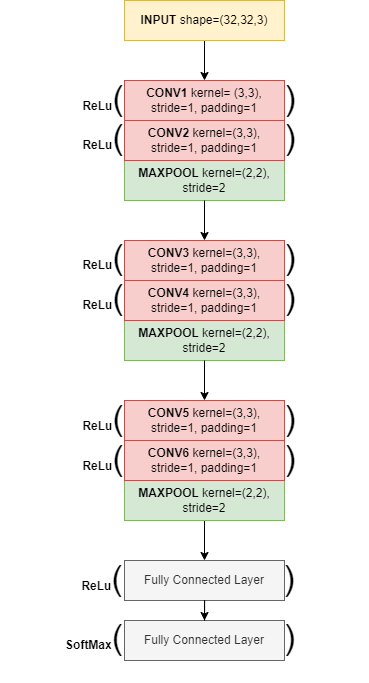
Earlier version of the draw.io export 02 Application of Deep Learning/Convolutional Neural Networks/figures/cnn_architecture.png (JhunBrian/DS-413). Source tidied: cells renumbered, new cells last; positions are measured from the earlier drawing's top-left corner, leaving out a move shared by most shapes. The source it was exported from:
```xml
<mxGraphModel>
  <root>
    <mxCell id="0" />
    <mxCell id="1" parent="0" />
    <mxCell id="2" value="&lt;font style=&quot;font-size: 12px;&quot;&gt;&lt;b&gt;ReLu&lt;/b&gt;&lt;/font&gt;&lt;font style=&quot;font-size: 34px;&quot;&gt;(&amp;nbsp; &amp;nbsp; &amp;nbsp; &amp;nbsp; &amp;nbsp; &amp;nbsp; &amp;nbsp; &amp;nbsp; &amp;nbsp;)&lt;/font&gt;" style="text;html=1;strokeColor=none;fillColor=none;align=center;verticalAlign=middle;whiteSpace=wrap;rounded=0;" parent="1" vertex="1">
      <mxGeometry x="9" y="92" width="360" height="90" as="geometry" />
    </mxCell>
    <mxCell id="3" value="&lt;font style=&quot;font-size: 12px;&quot;&gt;&lt;b&gt;ReLu&lt;/b&gt;&lt;/font&gt;&lt;font style=&quot;font-size: 34px;&quot;&gt;(&amp;nbsp; &amp;nbsp; &amp;nbsp; &amp;nbsp; &amp;nbsp; &amp;nbsp; &amp;nbsp; &amp;nbsp; &amp;nbsp;)&lt;/font&gt;" style="text;html=1;strokeColor=none;fillColor=none;align=center;verticalAlign=middle;whiteSpace=wrap;rounded=0;" parent="1" vertex="1">
      <mxGeometry x="9" y="212" width="360" height="90" as="geometry" />
    </mxCell>
    <mxCell id="4" value="&lt;font style=&quot;font-size: 12px;&quot;&gt;&lt;b&gt;ReLu&lt;/b&gt;&lt;/font&gt;&lt;font style=&quot;font-size: 34px;&quot;&gt;(&amp;nbsp; &amp;nbsp; &amp;nbsp; &amp;nbsp; &amp;nbsp; &amp;nbsp; &amp;nbsp; &amp;nbsp; &amp;nbsp;)&lt;/font&gt;" style="text;html=1;strokeColor=none;fillColor=none;align=center;verticalAlign=middle;whiteSpace=wrap;rounded=0;" parent="1" vertex="1">
      <mxGeometry x="9" y="252" width="360" height="90" as="geometry" />
    </mxCell>
    <mxCell id="5" value="&lt;font style=&quot;font-size: 12px;&quot;&gt;&lt;b&gt;ReLu&lt;/b&gt;&lt;/font&gt;&lt;font style=&quot;font-size: 34px;&quot;&gt;(&amp;nbsp; &amp;nbsp; &amp;nbsp; &amp;nbsp; &amp;nbsp; &amp;nbsp; &amp;nbsp; &amp;nbsp; &amp;nbsp;)&lt;/font&gt;" style="text;html=1;strokeColor=none;fillColor=none;align=center;verticalAlign=middle;whiteSpace=wrap;rounded=0;" parent="1" vertex="1">
      <mxGeometry x="9" y="373" width="360" height="90" as="geometry" />
    </mxCell>
    <mxCell id="6" value="&lt;font style=&quot;font-size: 12px;&quot;&gt;&lt;b&gt;SoftMax&lt;/b&gt;&lt;/font&gt;&lt;font style=&quot;font-size: 34px;&quot;&gt;(&amp;nbsp; &amp;nbsp; &amp;nbsp; &amp;nbsp; &amp;nbsp; &amp;nbsp; &amp;nbsp; &amp;nbsp; &amp;nbsp;)&lt;/font&gt;" style="text;html=1;strokeColor=none;fillColor=none;align=center;verticalAlign=middle;whiteSpace=wrap;rounded=0;" parent="1" vertex="1">
      <mxGeometry y="592" width="360" height="90" as="geometry" />
    </mxCell>
    <mxCell id="7" value="&lt;font style=&quot;font-size: 12px;&quot;&gt;&lt;b&gt;ReLu&lt;/b&gt;&lt;/font&gt;&lt;font style=&quot;font-size: 34px;&quot;&gt;(&amp;nbsp; &amp;nbsp; &amp;nbsp; &amp;nbsp; &amp;nbsp; &amp;nbsp; &amp;nbsp; &amp;nbsp; &amp;nbsp;)&lt;/font&gt;" style="text;html=1;strokeColor=none;fillColor=none;align=center;verticalAlign=middle;whiteSpace=wrap;rounded=0;" parent="1" vertex="1">
      <mxGeometry x="9" y="413" width="360" height="90" as="geometry" />
    </mxCell>
    <mxCell id="8" value="&lt;font style=&quot;font-size: 12px;&quot;&gt;&lt;b&gt;ReLu&lt;/b&gt;&lt;/font&gt;&lt;font style=&quot;font-size: 34px;&quot;&gt;(&amp;nbsp; &amp;nbsp; &amp;nbsp; &amp;nbsp; &amp;nbsp; &amp;nbsp; &amp;nbsp; &amp;nbsp; &amp;nbsp;)&lt;/font&gt;" style="text;html=1;strokeColor=none;fillColor=none;align=center;verticalAlign=middle;whiteSpace=wrap;rounded=0;" parent="1" vertex="1">
      <mxGeometry x="8" y="533" width="360" height="90" as="geometry" />
    </mxCell>
    <mxCell id="9" value="&lt;b&gt;MAXPOOL &lt;/b&gt;kernel=(2,2), stride=2" style="rounded=0;whiteSpace=wrap;html=1;flipH=1;rotation=0;fillColor=#d5e8d4;strokeColor=#82b366;" parent="1" vertex="1">
      <mxGeometry x="124" y="160" width="160" height="40" as="geometry" />
    </mxCell>
    <mxCell id="10" value="&lt;b&gt;CONV2 &lt;/b&gt;kernel=(3,3), stride=1, padding=1" style="rounded=0;whiteSpace=wrap;html=1;flipH=1;rotation=0;fillColor=#f8cecc;strokeColor=#b85450;" parent="1" vertex="1">
      <mxGeometry x="124" y="120" width="160" height="40" as="geometry" />
    </mxCell>
    <mxCell id="11" value="&lt;b&gt;CONV1&amp;nbsp;&lt;/b&gt;kernel= (3,3), stride=1, padding=1" style="rounded=0;whiteSpace=wrap;html=1;flipH=1;rotation=0;fillColor=#f8cecc;strokeColor=#b85450;" parent="1" vertex="1">
      <mxGeometry x="124" y="80" width="160" height="40" as="geometry" />
    </mxCell>
    <mxCell id="12" value="&lt;b&gt;MAXPOOL &lt;/b&gt;kernel=(2,2), stride=2" style="rounded=0;whiteSpace=wrap;html=1;flipH=1;rotation=0;fillColor=#d5e8d4;strokeColor=#82b366;" parent="1" vertex="1">
      <mxGeometry x="124" y="320" width="160" height="40" as="geometry" />
    </mxCell>
    <mxCell id="13" value="&lt;b&gt;CONV4&lt;/b&gt; kernel=(3,3), stride=1, padding=1" style="rounded=0;whiteSpace=wrap;html=1;flipH=1;rotation=0;fillColor=#f8cecc;strokeColor=#b85450;" parent="1" vertex="1">
      <mxGeometry x="124" y="280" width="160" height="40" as="geometry" />
    </mxCell>
    <mxCell id="14" value="&lt;b&gt;CONV3&amp;nbsp;&lt;/b&gt;kernel=(3,3), stride=1, padding=1" style="rounded=0;whiteSpace=wrap;html=1;flipH=1;rotation=0;fillColor=#f8cecc;strokeColor=#b85450;" parent="1" vertex="1">
      <mxGeometry x="124" y="240" width="160" height="40" as="geometry" />
    </mxCell>
    <mxCell id="15" style="edgeStyle=orthogonalEdgeStyle;rounded=0;jettySize=auto;html=1;entryX=0.5;entryY=0;entryDx=0;entryDy=0;" parent="1" edge="1" source="9" target="14">
      <mxGeometry relative="1" as="geometry" />
    </mxCell>
    <mxCell id="16" style="edgeStyle=orthogonalEdgeStyle;rounded=0;jettySize=auto;html=1;entryX=0.5;entryY=0;entryDx=0;entryDy=0;" parent="1" edge="1" source="12" target="26">
      <mxGeometry relative="1" as="geometry" />
    </mxCell>
    <mxCell id="17" value="Fully Connected Layer" style="rounded=0;whiteSpace=wrap;html=1;flipH=1;rotation=0;fillColor=#f5f5f5;strokeColor=#666666;fontColor=#333333;" parent="1" vertex="1">
      <mxGeometry x="124" y="560" width="160" height="40" as="geometry" />
    </mxCell>
    <mxCell id="18" value="Fully Connected Layer" style="rounded=0;whiteSpace=wrap;html=1;flipH=1;rotation=0;fillColor=#f5f5f5;strokeColor=#666666;fontColor=#333333;" parent="1" vertex="1">
      <mxGeometry x="124" y="620" width="160" height="40" as="geometry" />
    </mxCell>
    <mxCell id="19" style="edgeStyle=orthogonalEdgeStyle;rounded=0;jettySize=auto;html=1;entryX=0.5;entryY=0;entryDx=0;entryDy=0;" parent="1" edge="1" source="17" target="18">
      <mxGeometry relative="1" as="geometry" />
    </mxCell>
    <mxCell id="20" style="edgeStyle=orthogonalEdgeStyle;rounded=0;jettySize=auto;html=1;entryX=0.5;entryY=0;entryDx=0;entryDy=0;" parent="1" edge="1" source="21" target="11">
      <mxGeometry relative="1" as="geometry" />
    </mxCell>
    <mxCell id="21" value="&lt;b&gt;INPUT &lt;/b&gt;shape=(32,32,3)" style="rounded=0;whiteSpace=wrap;html=1;flipH=1;rotation=0;fillColor=#fff2cc;strokeColor=#d6b656;" parent="1" vertex="1">
      <mxGeometry x="124" width="160" height="40" as="geometry" />
    </mxCell>
    <mxCell id="22" style="edgeStyle=orthogonalEdgeStyle;rounded=0;jettySize=auto;html=1;entryX=0.5;entryY=0;entryDx=0;entryDy=0;" parent="1" edge="1" source="23" target="17">
      <mxGeometry relative="1" as="geometry" />
    </mxCell>
    <mxCell id="23" value="&lt;b&gt;MAXPOOL &lt;/b&gt;kernel=(2,2), stride=2" style="rounded=0;whiteSpace=wrap;html=1;flipH=1;rotation=0;fillColor=#d5e8d4;strokeColor=#82b366;" parent="1" vertex="1">
      <mxGeometry x="124" y="480" width="160" height="40" as="geometry" />
    </mxCell>
    <mxCell id="24" value="&lt;font style=&quot;font-size: 12px;&quot;&gt;&lt;b&gt;ReLu&lt;/b&gt;&lt;/font&gt;&lt;font style=&quot;font-size: 34px;&quot;&gt;(&amp;nbsp; &amp;nbsp; &amp;nbsp; &amp;nbsp; &amp;nbsp; &amp;nbsp; &amp;nbsp; &amp;nbsp; &amp;nbsp;)&lt;/font&gt;" style="text;html=1;strokeColor=none;fillColor=none;align=center;verticalAlign=middle;whiteSpace=wrap;rounded=0;" parent="1" vertex="1">
      <mxGeometry x="9" y="53" width="360" height="90" as="geometry" />
    </mxCell>
    <mxCell id="25" value="&lt;b&gt;CONV6&lt;/b&gt;&amp;nbsp;kernel=(3,3), stride=1, padding=1" style="rounded=0;whiteSpace=wrap;html=1;flipH=1;rotation=0;fillColor=#f8cecc;strokeColor=#b85450;" parent="1" vertex="1">
      <mxGeometry x="124" y="440" width="160" height="40" as="geometry" />
    </mxCell>
    <mxCell id="26" value="&lt;b&gt;CONV5&amp;nbsp;&lt;/b&gt;kernel=(3,3), stride=1, padding=1" style="rounded=0;whiteSpace=wrap;html=1;flipH=1;rotation=0;fillColor=#f8cecc;strokeColor=#b85450;" parent="1" vertex="1">
      <mxGeometry x="124" y="400" width="160" height="40" as="geometry" />
    </mxCell>
  </root>
</mxGraphModel>
```
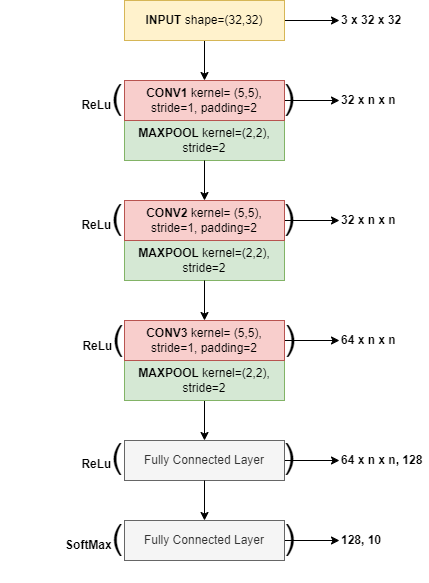
After the commit.

The edit, as a diff of the source:
```diff
@@ -2,44 +2,26 @@
   <root>
     <mxCell id="0" />
     <mxCell id="1" parent="0" />
-    <mxCell id="2" value="&lt;font style=&quot;font-size: 12px;&quot;&gt;&lt;b&gt;ReLu&lt;/b&gt;&lt;/font&gt;&lt;font style=&quot;font-size: 34px;&quot;&gt;(&amp;nbsp; &amp;nbsp; &amp;nbsp; &amp;nbsp; &amp;nbsp; &amp;nbsp; &amp;nbsp; &amp;nbsp; &amp;nbsp;)&lt;/font&gt;" style="text;html=1;strokeColor=none;fillColor=none;align=center;verticalAlign=middle;whiteSpace=wrap;rounded=0;" parent="1" vertex="1">
-      <mxGeometry x="9" y="92" width="360" height="90" as="geometry" />
-    </mxCell>
-    <mxCell id="3" value="&lt;font style=&quot;font-size: 12px;&quot;&gt;&lt;b&gt;ReLu&lt;/b&gt;&lt;/font&gt;&lt;font style=&quot;font-size: 34px;&quot;&gt;(&amp;nbsp; &amp;nbsp; &amp;nbsp; &amp;nbsp; &amp;nbsp; &amp;nbsp; &amp;nbsp; &amp;nbsp; &amp;nbsp;)&lt;/font&gt;" style="text;html=1;strokeColor=none;fillColor=none;align=center;verticalAlign=middle;whiteSpace=wrap;rounded=0;" parent="1" vertex="1">
-      <mxGeometry x="9" y="212" width="360" height="90" as="geometry" />
-    </mxCell>
-    <mxCell id="4" value="&lt;font style=&quot;font-size: 12px;&quot;&gt;&lt;b&gt;ReLu&lt;/b&gt;&lt;/font&gt;&lt;font style=&quot;font-size: 34px;&quot;&gt;(&amp;nbsp; &amp;nbsp; &amp;nbsp; &amp;nbsp; &amp;nbsp; &amp;nbsp; &amp;nbsp; &amp;nbsp; &amp;nbsp;)&lt;/font&gt;" style="text;html=1;strokeColor=none;fillColor=none;align=center;verticalAlign=middle;whiteSpace=wrap;rounded=0;" parent="1" vertex="1">
-      <mxGeometry x="9" y="252" width="360" height="90" as="geometry" />
-    </mxCell>
-    <mxCell id="5" value="&lt;font style=&quot;font-size: 12px;&quot;&gt;&lt;b&gt;ReLu&lt;/b&gt;&lt;/font&gt;&lt;font style=&quot;font-size: 34px;&quot;&gt;(&amp;nbsp; &amp;nbsp; &amp;nbsp; &amp;nbsp; &amp;nbsp; &amp;nbsp; &amp;nbsp; &amp;nbsp; &amp;nbsp;)&lt;/font&gt;" style="text;html=1;strokeColor=none;fillColor=none;align=center;verticalAlign=middle;whiteSpace=wrap;rounded=0;" parent="1" vertex="1">
-      <mxGeometry x="9" y="373" width="360" height="90" as="geometry" />
-    </mxCell>
     <mxCell id="6" value="&lt;font style=&quot;font-size: 12px;&quot;&gt;&lt;b&gt;SoftMax&lt;/b&gt;&lt;/font&gt;&lt;font style=&quot;font-size: 34px;&quot;&gt;(&amp;nbsp; &amp;nbsp; &amp;nbsp; &amp;nbsp; &amp;nbsp; &amp;nbsp; &amp;nbsp; &amp;nbsp; &amp;nbsp;)&lt;/font&gt;" style="text;html=1;strokeColor=none;fillColor=none;align=center;verticalAlign=middle;whiteSpace=wrap;rounded=0;" parent="1" vertex="1">
-      <mxGeometry y="592" width="360" height="90" as="geometry" />
+      <mxGeometry y="492" width="360" height="90" as="geometry" />
     </mxCell>
-    <mxCell id="7" value="&lt;font style=&quot;font-size: 12px;&quot;&gt;&lt;b&gt;ReLu&lt;/b&gt;&lt;/font&gt;&lt;font style=&quot;font-size: 34px;&quot;&gt;(&amp;nbsp; &amp;nbsp; &amp;nbsp; &amp;nbsp; &amp;nbsp; &amp;nbsp; &amp;nbsp; &amp;nbsp; &amp;nbsp;)&lt;/font&gt;" style="text;html=1;strokeColor=none;fillColor=none;align=center;verticalAlign=middle;whiteSpace=wrap;rounded=0;" parent="1" vertex="1">
-      <mxGeometry x="9" y="413" width="360" height="90" as="geometry" />
-    </mxCell>
-    <mxCell id="8" value="&lt;font style=&quot;font-size: 12px;&quot;&gt;&lt;b&gt;ReLu&lt;/b&gt;&lt;/font&gt;&lt;font style=&quot;font-size: 34px;&quot;&gt;(&amp;nbsp; &amp;nbsp; &amp;nbsp; &amp;nbsp; &amp;nbsp; &amp;nbsp; &amp;nbsp; &amp;nbsp; &amp;nbsp;)&lt;/font&gt;" style="text;html=1;strokeColor=none;fillColor=none;align=center;verticalAlign=middle;whiteSpace=wrap;rounded=0;" parent="1" vertex="1">
-      <mxGeometry x="8" y="533" width="360" height="90" as="geometry" />
-    </mxCell>
     <mxCell id="9" value="&lt;b&gt;MAXPOOL &lt;/b&gt;kernel=(2,2), stride=2" style="rounded=0;whiteSpace=wrap;html=1;flipH=1;rotation=0;fillColor=#d5e8d4;strokeColor=#82b366;" parent="1" vertex="1">
-      <mxGeometry x="124" y="160" width="160" height="40" as="geometry" />
+      <mxGeometry x="124" y="120" width="160" height="40" as="geometry" />
     </mxCell>
-    <mxCell id="10" value="&lt;b&gt;CONV2 &lt;/b&gt;kernel=(3,3), stride=1, padding=1" style="rounded=0;whiteSpace=wrap;html=1;flipH=1;rotation=0;fillColor=#f8cecc;strokeColor=#b85450;" parent="1" vertex="1">
-      <mxGeometry x="124" y="120" width="160" height="40" as="geometry" />
-    </mxCell>
+    <mxCell id="12" value="&lt;b&gt;MAXPOOL &lt;/b&gt;kernel=(2,2), stride=2" style="rounded=0;whiteSpace=wrap;html=1;flipH=1;rotation=0;fillColor=#d5e8d4;strokeColor=#82b366;" parent="1" vertex="1">
+      <mxGeometry x="124" y="240" width="160" height="40" as="geometry" />
+    </mxCell>
+    <mxCell id="27" style="edgeStyle=orthogonalEdgeStyle;rounded=0;jettySize=auto;html=1;entryX=0;entryY=0.5;entryDx=0;entryDy=0;" parent="1" edge="1" source="11" target="35">
+      <mxGeometry relative="1" as="geometry" />
+    </mxCell>
-    <mxCell id="11" value="&lt;b&gt;CONV1&amp;nbsp;&lt;/b&gt;kernel= (3,3), stride=1, padding=1" style="rounded=0;whiteSpace=wrap;html=1;flipH=1;rotation=0;fillColor=#f8cecc;strokeColor=#b85450;" parent="1" vertex="1">
+    <mxCell id="11" value="&lt;b&gt;CONV1&amp;nbsp;&lt;/b&gt;kernel= (5,5), stride=1, padding=2" style="rounded=0;whiteSpace=wrap;html=1;flipH=1;rotation=0;fillColor=#f8cecc;strokeColor=#b85450;" parent="1" vertex="1">
       <mxGeometry x="124" y="80" width="160" height="40" as="geometry" />
     </mxCell>
-    <mxCell id="12" value="&lt;b&gt;MAXPOOL &lt;/b&gt;kernel=(2,2), stride=2" style="rounded=0;whiteSpace=wrap;html=1;flipH=1;rotation=0;fillColor=#d5e8d4;strokeColor=#82b366;" parent="1" vertex="1">
-      <mxGeometry x="124" y="320" width="160" height="40" as="geometry" />
-    </mxCell>
-    <mxCell id="13" value="&lt;b&gt;CONV4&lt;/b&gt; kernel=(3,3), stride=1, padding=1" style="rounded=0;whiteSpace=wrap;html=1;flipH=1;rotation=0;fillColor=#f8cecc;strokeColor=#b85450;" parent="1" vertex="1">
-      <mxGeometry x="124" y="280" width="160" height="40" as="geometry" />
-    </mxCell>
+    <mxCell id="28" style="edgeStyle=orthogonalEdgeStyle;rounded=0;jettySize=auto;html=1;entryX=0;entryY=0.5;entryDx=0;entryDy=0;" parent="1" edge="1" source="14" target="37">
+      <mxGeometry relative="1" as="geometry" />
+    </mxCell>
-    <mxCell id="14" value="&lt;b&gt;CONV3&amp;nbsp;&lt;/b&gt;kernel=(3,3), stride=1, padding=1" style="rounded=0;whiteSpace=wrap;html=1;flipH=1;rotation=0;fillColor=#f8cecc;strokeColor=#b85450;" parent="1" vertex="1">
-      <mxGeometry x="124" y="240" width="160" height="40" as="geometry" />
+    <mxCell id="14" value="&lt;b&gt;CONV2&amp;nbsp;&lt;/b&gt;kernel= (5,5), stride=1, padding=2" style="rounded=0;whiteSpace=wrap;html=1;flipH=1;rotation=0;fillColor=#f8cecc;strokeColor=#b85450;" parent="1" vertex="1">
+      <mxGeometry x="124" y="200" width="160" height="40" as="geometry" />
     </mxCell>
     <mxCell id="15" style="edgeStyle=orthogonalEdgeStyle;rounded=0;jettySize=auto;html=1;entryX=0.5;entryY=0;entryDx=0;entryDy=0;" parent="1" edge="1" source="9" target="14">
       <mxGeometry relative="1" as="geometry" />
@@ -47,35 +29,71 @@
     <mxCell id="16" style="edgeStyle=orthogonalEdgeStyle;rounded=0;jettySize=auto;html=1;entryX=0.5;entryY=0;entryDx=0;entryDy=0;" parent="1" edge="1" source="12" target="26">
       <mxGeometry relative="1" as="geometry" />
     </mxCell>
+    <mxCell id="29" style="edgeStyle=orthogonalEdgeStyle;rounded=0;jettySize=auto;html=1;entryX=0;entryY=0.5;entryDx=0;entryDy=0;" parent="1" edge="1" source="17" target="39">
+      <mxGeometry relative="1" as="geometry" />
+    </mxCell>
     <mxCell id="17" value="Fully Connected Layer" style="rounded=0;whiteSpace=wrap;html=1;flipH=1;rotation=0;fillColor=#f5f5f5;strokeColor=#666666;fontColor=#333333;" parent="1" vertex="1">
-      <mxGeometry x="124" y="560" width="160" height="40" as="geometry" />
+      <mxGeometry x="124" y="440" width="160" height="40" as="geometry" />
     </mxCell>
+    <mxCell id="30" style="edgeStyle=orthogonalEdgeStyle;rounded=0;jettySize=auto;html=1;entryX=0;entryY=0.5;entryDx=0;entryDy=0;" parent="1" edge="1" source="18" target="40">
+      <mxGeometry relative="1" as="geometry" />
+    </mxCell>
     <mxCell id="18" value="Fully Connected Layer" style="rounded=0;whiteSpace=wrap;html=1;flipH=1;rotation=0;fillColor=#f5f5f5;strokeColor=#666666;fontColor=#333333;" parent="1" vertex="1">
-      <mxGeometry x="124" y="620" width="160" height="40" as="geometry" />
+      <mxGeometry x="124" y="520" width="160" height="40" as="geometry" />
     </mxCell>
     <mxCell id="19" style="edgeStyle=orthogonalEdgeStyle;rounded=0;jettySize=auto;html=1;entryX=0.5;entryY=0;entryDx=0;entryDy=0;" parent="1" edge="1" source="17" target="18">
       <mxGeometry relative="1" as="geometry" />
     </mxCell>
+    <mxCell id="24" value="&lt;font style=&quot;font-size: 12px;&quot;&gt;&lt;b&gt;ReLu&lt;/b&gt;&lt;/font&gt;&lt;font style=&quot;font-size: 34px;&quot;&gt;(&amp;nbsp; &amp;nbsp; &amp;nbsp; &amp;nbsp; &amp;nbsp; &amp;nbsp; &amp;nbsp; &amp;nbsp; &amp;nbsp;)&lt;/font&gt;" style="text;html=1;strokeColor=none;fillColor=none;align=center;verticalAlign=middle;whiteSpace=wrap;rounded=0;" parent="1" vertex="1">
+      <mxGeometry x="8" y="52" width="360" height="90" as="geometry" />
+    </mxCell>
     <mxCell id="20" style="edgeStyle=orthogonalEdgeStyle;rounded=0;jettySize=auto;html=1;entryX=0.5;entryY=0;entryDx=0;entryDy=0;" parent="1" edge="1" source="21" target="11">
       <mxGeometry relative="1" as="geometry" />
     </mxCell>
+    <mxCell id="31" style="edgeStyle=orthogonalEdgeStyle;rounded=0;jettySize=auto;html=1;entryX=0;entryY=0.5;entryDx=0;entryDy=0;" parent="1" edge="1" source="21" target="36">
+      <mxGeometry relative="1" as="geometry" />
+    </mxCell>
-    <mxCell id="21" value="&lt;b&gt;INPUT &lt;/b&gt;shape=(32,32,3)" style="rounded=0;whiteSpace=wrap;html=1;flipH=1;rotation=0;fillColor=#fff2cc;strokeColor=#d6b656;" parent="1" vertex="1">
+    <mxCell id="21" value="&lt;b&gt;INPUT &lt;/b&gt;shape=(32,32)" style="rounded=0;whiteSpace=wrap;html=1;flipH=1;rotation=0;fillColor=#fff2cc;strokeColor=#d6b656;" parent="1" vertex="1">
       <mxGeometry x="124" width="160" height="40" as="geometry" />
     </mxCell>
     <mxCell id="22" style="edgeStyle=orthogonalEdgeStyle;rounded=0;jettySize=auto;html=1;entryX=0.5;entryY=0;entryDx=0;entryDy=0;" parent="1" edge="1" source="23" target="17">
       <mxGeometry relative="1" as="geometry" />
     </mxCell>
     <mxCell id="23" value="&lt;b&gt;MAXPOOL &lt;/b&gt;kernel=(2,2), stride=2" style="rounded=0;whiteSpace=wrap;html=1;flipH=1;rotation=0;fillColor=#d5e8d4;strokeColor=#82b366;" parent="1" vertex="1">
-      <mxGeometry x="124" y="480" width="160" height="40" as="geometry" />
+      <mxGeometry x="124" y="360" width="160" height="40" as="geometry" />
     </mxCell>
-    <mxCell id="24" value="&lt;font style=&quot;font-size: 12px;&quot;&gt;&lt;b&gt;ReLu&lt;/b&gt;&lt;/font&gt;&lt;font style=&quot;font-size: 34px;&quot;&gt;(&amp;nbsp; &amp;nbsp; &amp;nbsp; &amp;nbsp; &amp;nbsp; &amp;nbsp; &amp;nbsp; &amp;nbsp; &amp;nbsp;)&lt;/font&gt;" style="text;html=1;strokeColor=none;fillColor=none;align=center;verticalAlign=middle;whiteSpace=wrap;rounded=0;" parent="1" vertex="1">
-      <mxGeometry x="9" y="53" width="360" height="90" as="geometry" />
-    </mxCell>
-    <mxCell id="25" value="&lt;b&gt;CONV6&lt;/b&gt;&amp;nbsp;kernel=(3,3), stride=1, padding=1" style="rounded=0;whiteSpace=wrap;html=1;flipH=1;rotation=0;fillColor=#f8cecc;strokeColor=#b85450;" parent="1" vertex="1">
-      <mxGeometry x="124" y="440" width="160" height="40" as="geometry" />
-    </mxCell>
+    <mxCell id="32" style="edgeStyle=orthogonalEdgeStyle;rounded=0;jettySize=auto;html=1;entryX=0;entryY=0.5;entryDx=0;entryDy=0;" parent="1" edge="1" source="26" target="38">
+      <mxGeometry relative="1" as="geometry" />
+    </mxCell>
-    <mxCell id="26" value="&lt;b&gt;CONV5&amp;nbsp;&lt;/b&gt;kernel=(3,3), stride=1, padding=1" style="rounded=0;whiteSpace=wrap;html=1;flipH=1;rotation=0;fillColor=#f8cecc;strokeColor=#b85450;" parent="1" vertex="1">
-      <mxGeometry x="124" y="400" width="160" height="40" as="geometry" />
+    <mxCell id="26" value="&lt;b&gt;CONV3&amp;nbsp;&lt;/b&gt;kernel= (5,5), stride=1, padding=2" style="rounded=0;whiteSpace=wrap;html=1;flipH=1;rotation=0;fillColor=#f8cecc;strokeColor=#b85450;" parent="1" vertex="1">
+      <mxGeometry x="124" y="320" width="160" height="40" as="geometry" />
     </mxCell>
+    <mxCell id="33" value="&lt;font style=&quot;font-size: 12px;&quot;&gt;&lt;b&gt;ReLu&lt;/b&gt;&lt;/font&gt;&lt;font style=&quot;font-size: 34px;&quot;&gt;(&amp;nbsp; &amp;nbsp; &amp;nbsp; &amp;nbsp; &amp;nbsp; &amp;nbsp; &amp;nbsp; &amp;nbsp; &amp;nbsp;)&lt;/font&gt;" style="text;html=1;strokeColor=none;fillColor=none;align=center;verticalAlign=middle;whiteSpace=wrap;rounded=0;" parent="1" vertex="1">
+      <mxGeometry x="9" y="293" width="360" height="90" as="geometry" />
+    </mxCell>
+    <mxCell id="34" value="&lt;font style=&quot;font-size: 12px;&quot;&gt;&lt;b&gt;ReLu&lt;/b&gt;&lt;/font&gt;&lt;font style=&quot;font-size: 34px;&quot;&gt;(&amp;nbsp; &amp;nbsp; &amp;nbsp; &amp;nbsp; &amp;nbsp; &amp;nbsp; &amp;nbsp; &amp;nbsp; &amp;nbsp;)&lt;/font&gt;" style="text;html=1;strokeColor=none;fillColor=none;align=center;verticalAlign=middle;whiteSpace=wrap;rounded=0;" parent="1" vertex="1">
+      <mxGeometry x="8" y="172" width="360" height="90" as="geometry" />
+    </mxCell>
+    <mxCell id="35" value="&lt;b&gt;32 x n x n&lt;/b&gt;" style="text;html=1;strokeColor=none;fillColor=none;align=left;verticalAlign=middle;whiteSpace=wrap;rounded=0;" parent="1" vertex="1">
+      <mxGeometry x="339" y="85" width="60" height="30" as="geometry" />
+    </mxCell>
+    <mxCell id="36" value="&lt;b&gt;3 x 32 x 32&lt;/b&gt;" style="text;html=1;strokeColor=none;fillColor=none;align=left;verticalAlign=middle;whiteSpace=wrap;rounded=0;" parent="1" vertex="1">
+      <mxGeometry x="339" y="5" width="70" height="30" as="geometry" />
+    </mxCell>
+    <mxCell id="37" value="&lt;b&gt;32 x n x n&lt;/b&gt;" style="text;html=1;strokeColor=none;fillColor=none;align=left;verticalAlign=middle;whiteSpace=wrap;rounded=0;" parent="1" vertex="1">
+      <mxGeometry x="339" y="205" width="60" height="30" as="geometry" />
+    </mxCell>
+    <mxCell id="38" value="&lt;b&gt;64 x n x n&lt;/b&gt;" style="text;html=1;strokeColor=none;fillColor=none;align=left;verticalAlign=middle;whiteSpace=wrap;rounded=0;" parent="1" vertex="1">
+      <mxGeometry x="339" y="325" width="60" height="30" as="geometry" />
+    </mxCell>
+    <mxCell id="39" value="&lt;b&gt;64 x n x n, 128&lt;/b&gt;" style="text;html=1;strokeColor=none;fillColor=none;align=left;verticalAlign=middle;whiteSpace=wrap;rounded=0;" parent="1" vertex="1">
+      <mxGeometry x="339" y="445" width="90" height="30" as="geometry" />
+    </mxCell>
+    <mxCell id="40" value="&lt;b&gt;128, 10&lt;/b&gt;" style="text;html=1;strokeColor=none;fillColor=none;align=left;verticalAlign=middle;whiteSpace=wrap;rounded=0;" parent="1" vertex="1">
+      <mxGeometry x="339" y="525" width="90" height="30" as="geometry" />
+    </mxCell>
+    <mxCell id="41" value="&lt;font style=&quot;font-size: 12px;&quot;&gt;&lt;b&gt;ReLu&lt;/b&gt;&lt;/font&gt;&lt;font style=&quot;font-size: 34px;&quot;&gt;(&amp;nbsp; &amp;nbsp; &amp;nbsp; &amp;nbsp; &amp;nbsp; &amp;nbsp; &amp;nbsp; &amp;nbsp; &amp;nbsp;)&lt;/font&gt;" style="text;html=1;strokeColor=none;fillColor=none;align=center;verticalAlign=middle;whiteSpace=wrap;rounded=0;" parent="1" vertex="1">
+      <mxGeometry x="8" y="411" width="360" height="90" as="geometry" />
+    </mxCell>
   </root>
 </mxGraphModel>
```
